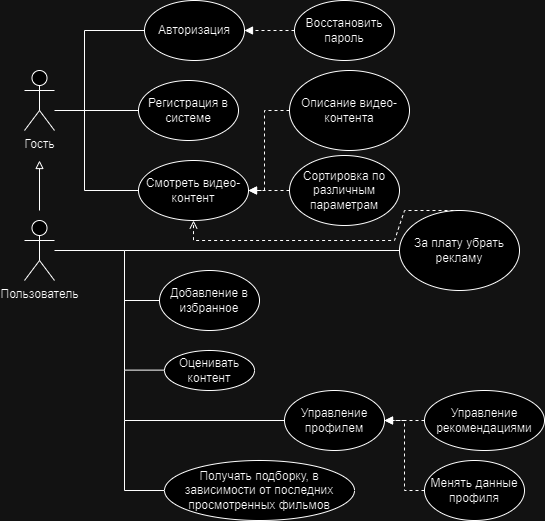
ta4ilka69/Fundamentals-of-Software-Engineering keeps this draw.io diagram as lab1/pic/schema.png. Above is the earlier version. Source tidied: cells renumbered, new cells last; positions are measured from the earlier drawing's top-left corner, leaving out a move shared by most shapes.
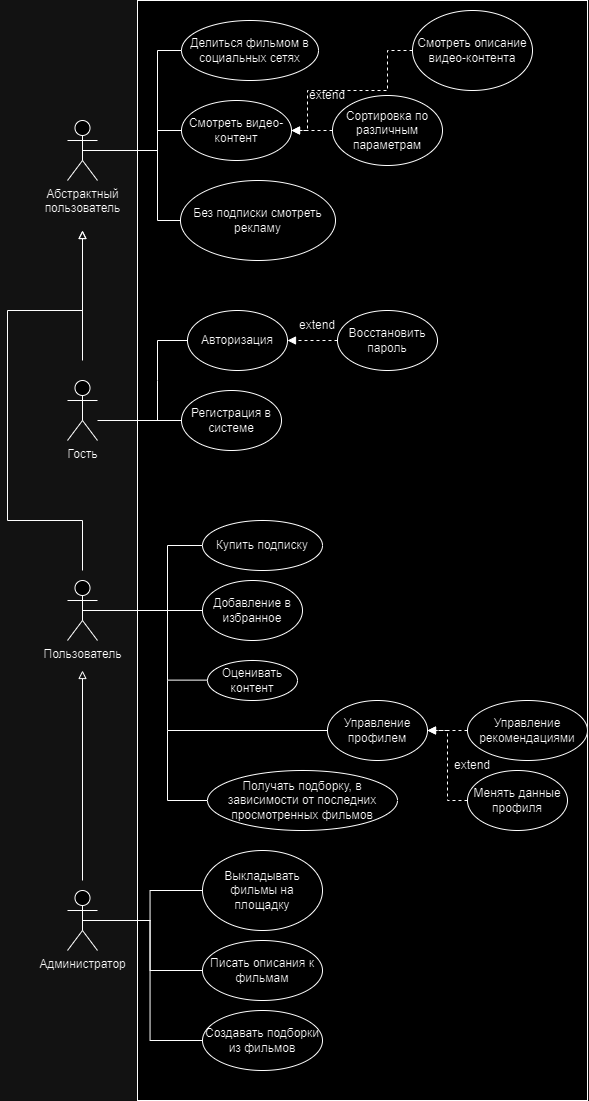
The same diagram one commit later.

What changed in the source:
```diff
@@ -2,11 +2,22 @@
   <root>
     <mxCell id="0" />
     <mxCell id="1" parent="0" />
+    <mxCell id="39" style="rounded=0;whiteSpace=wrap;html=1;" parent="1" vertex="1">
+      <mxGeometry x="70" y="-310" width="450" height="1100" as="geometry" />
+    </mxCell>
     <mxCell id="2" value="Гость" style="shape=umlActor;verticalLabelPosition=bottom;verticalAlign=top;html=1;" parent="1" vertex="1">
       <mxGeometry y="70" width="30" height="60" as="geometry" />
     </mxCell>
+    <mxCell id="40" style="edgeStyle=orthogonalEdgeStyle;rounded=0;jettySize=auto;html=1;exitX=0.5;exitY=0.5;exitDx=0;exitDy=0;exitPerimeter=0;entryX=0;entryY=0.5;entryDx=0;entryDy=0;endArrow=none;endFill=0;" parent="1" edge="1" source="3" target="55">
+      <mxGeometry relative="1" as="geometry">
+        <Array as="points">
+          <mxPoint x="100" y="300" />
+          <mxPoint x="100" y="235" />
+        </Array>
+      </mxGeometry>
+    </mxCell>
     <mxCell id="3" value="Пользователь" style="shape=umlActor;verticalLabelPosition=bottom;verticalAlign=top;html=1;outlineConnect=0;" parent="1" vertex="1">
-      <mxGeometry y="220" width="30" height="60" as="geometry" />
+      <mxGeometry y="270" width="30" height="60" as="geometry" />
     </mxCell>
     <mxCell id="4" value="Авторизация" style="ellipse;whiteSpace=wrap;html=1;" parent="1" vertex="1">
       <mxGeometry x="120" width="100" height="60" as="geometry" />
@@ -19,13 +30,13 @@
     </mxCell>
     <mxCell id="6" style="endArrow=none;html=1;rounded=0;" parent="1" edge="1">
       <mxGeometry relative="1" as="geometry">
-        <mxPoint x="100" y="250" as="sourcePoint" />
+        <mxPoint x="100" y="300" as="sourcePoint" />
         <mxPoint x="100" y="370" as="targetPoint" />
       </mxGeometry>
     </mxCell>
     <mxCell id="7" style="endArrow=none;html=1;rounded=0;" parent="1" edge="1" target="3">
       <mxGeometry relative="1" as="geometry">
-        <mxPoint x="100" y="250" as="sourcePoint" />
+        <mxPoint x="100" y="300" as="sourcePoint" />
       </mxGeometry>
     </mxCell>
     <mxCell id="8" value="Добавление в избранное" style="ellipse;whiteSpace=wrap;html=1;" parent="1" vertex="1">
@@ -44,32 +55,33 @@
         <mxPoint x="30" y="110" as="sourcePoint" />
       </mxGeometry>
     </mxCell>
-    <mxCell id="12" value="Смотреть видео-контент" style="ellipse;whiteSpace=wrap;html=1;" parent="1" vertex="1">
-      <mxGeometry x="114" y="160" width="110" height="60" as="geometry" />
-    </mxCell>
     <mxCell id="13" value="Оценивать контент" style="ellipse;whiteSpace=wrap;html=1;" parent="1" vertex="1">
       <mxGeometry x="140" y="350" width="90" height="40" as="geometry" />
     </mxCell>
     <mxCell id="14" style="endArrow=block;html=1;rounded=0;endFill=0;" parent="1" edge="1">
       <mxGeometry relative="1" as="geometry">
-        <mxPoint x="15" y="210" as="sourcePoint" />
-        <mxPoint x="15" y="160" as="targetPoint" />
+        <mxPoint x="15" y="260" as="sourcePoint" />
+        <mxPoint x="15" y="-80" as="targetPoint" />
+        <Array as="points">
+          <mxPoint x="15" y="210" />
+          <mxPoint x="-60" y="210" />
+          <mxPoint x="-60" />
+          <mxPoint x="15" />
+        </Array>
       </mxGeometry>
     </mxCell>
     <mxCell id="15" style="endArrow=none;html=1;rounded=0;" parent="1" edge="1">
       <mxGeometry relative="1" as="geometry">
-        <mxPoint x="60" y="110" as="sourcePoint" />
-        <mxPoint x="60" y="30" as="targetPoint" />
+        <mxPoint x="90" y="110" as="sourcePoint" />
+        <mxPoint x="90" y="30" as="targetPoint" />
+        <Array as="points">
+          <mxPoint x="90" y="70" />
+        </Array>
       </mxGeometry>
     </mxCell>
-    <mxCell id="16" style="endArrow=none;html=1;rounded=0;entryX=0;entryY=0.5;entryDx=0;entryDy=0;" parent="1" edge="1" target="x">
-      <mxGeometry relative="1" as="geometry">
-        <mxPoint x="60" y="30" as="sourcePoint" />
-      </mxGeometry>
-    </mxCell>
     <mxCell id="17" style="endArrow=none;html=1;rounded=0;entryX=0;entryY=0.5;entryDx=0;entryDy=0;" parent="1" edge="1" target="4">
       <mxGeometry relative="1" as="geometry">
-        <mxPoint x="60" y="30" as="sourcePoint" />
+        <mxPoint x="90" y="30" as="sourcePoint" />
       </mxGeometry>
     </mxCell>
     <mxCell id="18" value="Восстановить пароль" style="ellipse;whiteSpace=wrap;html=1;" parent="1" vertex="1">
@@ -80,23 +92,6 @@
         <mxPoint x="270" y="30" as="sourcePoint" />
       </mxGeometry>
     </mxCell>
-    <mxCell id="20" style="endArrow=none;html=1;rounded=0;" parent="1" edge="1">
-      <mxGeometry relative="1" as="geometry">
-        <mxPoint x="60" y="190" as="sourcePoint" />
-        <mxPoint x="60" y="110" as="targetPoint" />
-      </mxGeometry>
-    </mxCell>
-    <mxCell id="21" style="endArrow=none;html=1;rounded=0;entryX=0;entryY=0.5;entryDx=0;entryDy=0;" parent="1" edge="1" target="12">
-      <mxGeometry relative="1" as="geometry">
-        <mxPoint x="60" y="190" as="sourcePoint" />
-      </mxGeometry>
-    </mxCell>
-    <mxCell id="22" value="Сортировка по различным параметрам" style="ellipse;whiteSpace=wrap;html=1;" parent="1" vertex="1">
-      <mxGeometry x="265" y="155" width="110" height="70" as="geometry" />
-    </mxCell>
-    <mxCell id="23" style="endArrow=block;html=1;rounded=0;entryX=1;entryY=0.5;entryDx=0;entryDy=0;endFill=1;dashed=1;exitX=0;exitY=0.5;exitDx=0;exitDy=0;" parent="1" edge="1" source="22" target="12">
-      <mxGeometry relative="1" as="geometry" />
-    </mxCell>
     <mxCell id="24" style="endArrow=none;html=1;rounded=0;" parent="1" edge="1">
       <mxGeometry relative="1" as="geometry">
         <mxPoint x="100" y="420" as="sourcePoint" />
@@ -123,23 +118,6 @@
         </Array>
       </mxGeometry>
     </mxCell>
-    <mxCell id="30" value="За плату убрать рекламу" style="ellipse;whiteSpace=wrap;html=1;" parent="1" vertex="1">
-      <mxGeometry x="375" y="210" width="120" height="80" as="geometry" />
-    </mxCell>
-    <mxCell id="31" style="endArrow=none;html=1;rounded=0;entryX=0;entryY=0.5;entryDx=0;entryDy=0;" parent="1" edge="1" target="30">
-      <mxGeometry relative="1" as="geometry">
-        <mxPoint x="100" y="250" as="sourcePoint" />
-      </mxGeometry>
-    </mxCell>
-    <mxCell id="32" style="endArrow=open;html=1;rounded=0;entryX=0.5;entryY=1;entryDx=0;entryDy=0;endFill=0;dashed=1;exitX=0.5;exitY=0;exitDx=0;exitDy=0;" parent="1" edge="1" source="30" target="12">
-      <mxGeometry relative="1" as="geometry">
-        <Array as="points">
-          <mxPoint x="380" y="210" />
-          <mxPoint x="370" y="240" />
-          <mxPoint x="169" y="240" />
-        </Array>
-      </mxGeometry>
-    </mxCell>
     <mxCell id="33" style="endArrow=none;html=1;rounded=0;" parent="1" edge="1">
       <mxGeometry relative="1" as="geometry">
         <mxPoint x="100" y="420" as="sourcePoint" />
@@ -160,16 +138,105 @@
         <mxPoint x="100" y="490" as="targetPoint" />
       </mxGeometry>
     </mxCell>
-    <mxCell id="37" value="Описание видео-контента" style="ellipse;whiteSpace=wrap;html=1;" parent="1" vertex="1">
-      <mxGeometry x="265" y="70" width="120" height="80" as="geometry" />
-    </mxCell>
-    <mxCell id="38" style="endArrow=block;html=1;rounded=0;entryX=1;entryY=0.5;entryDx=0;entryDy=0;endFill=1;dashed=1;exitX=0;exitY=0.5;exitDx=0;exitDy=0;" parent="1" edge="1" source="37" target="12">
-      <mxGeometry relative="1" as="geometry">
-        <Array as="points">
-          <mxPoint x="240" y="110" />
-          <mxPoint x="240" y="190" />
-        </Array>
-      </mxGeometry>
-    </mxCell>
+    <mxCell id="41" style="edgeStyle=orthogonalEdgeStyle;rounded=0;jettySize=auto;html=1;exitX=0.5;exitY=0.5;exitDx=0;exitDy=0;exitPerimeter=0;entryX=0;entryY=0.5;entryDx=0;entryDy=0;strokeColor=default;endArrow=none;endFill=0;" parent="1" edge="1" source="44" target="45">
+      <mxGeometry relative="1" as="geometry" />
+    </mxCell>
+    <mxCell id="42" style="edgeStyle=orthogonalEdgeStyle;rounded=0;jettySize=auto;html=1;exitX=0.5;exitY=0.5;exitDx=0;exitDy=0;exitPerimeter=0;entryX=0;entryY=0.5;entryDx=0;entryDy=0;endArrow=none;endFill=0;" parent="1" edge="1" source="44" target="46">
+      <mxGeometry relative="1" as="geometry" />
+    </mxCell>
+    <mxCell id="43" style="edgeStyle=orthogonalEdgeStyle;rounded=0;jettySize=auto;html=1;exitX=0.5;exitY=0.5;exitDx=0;exitDy=0;exitPerimeter=0;entryX=0;entryY=0.5;entryDx=0;entryDy=0;endArrow=none;endFill=0;" parent="1" edge="1" source="44" target="47">
+      <mxGeometry relative="1" as="geometry" />
+    </mxCell>
+    <mxCell id="44" value="Администратор" style="shape=umlActor;verticalLabelPosition=bottom;verticalAlign=top;html=1;outlineConnect=0;" parent="1" vertex="1">
+      <mxGeometry y="580" width="30" height="60" as="geometry" />
+    </mxCell>
+    <mxCell id="45" value="Выкладывать фильмы на площадку" style="ellipse;whiteSpace=wrap;html=1;" parent="1" vertex="1">
+      <mxGeometry x="135" y="540" width="120" height="80" as="geometry" />
+    </mxCell>
+    <mxCell id="46" value="Писать описания к фильмам" style="ellipse;whiteSpace=wrap;html=1;" parent="1" vertex="1">
+      <mxGeometry x="135" y="630" width="120" height="60" as="geometry" />
+    </mxCell>
+    <mxCell id="47" value="Создавать подборки из фильмов" style="ellipse;whiteSpace=wrap;html=1;" parent="1" vertex="1">
+      <mxGeometry x="135" y="700" width="120" height="60" as="geometry" />
+    </mxCell>
+    <mxCell id="48" style="endArrow=block;html=1;rounded=0;endFill=0;" parent="1" edge="1">
+      <mxGeometry relative="1" as="geometry">
+        <mxPoint x="15" y="570" as="sourcePoint" />
+        <mxPoint x="15" y="360" as="targetPoint" />
+      </mxGeometry>
+    </mxCell>
+    <mxCell id="49" style="edgeStyle=orthogonalEdgeStyle;rounded=0;jettySize=auto;html=1;exitX=0.5;exitY=0.5;exitDx=0;exitDy=0;exitPerimeter=0;entryX=0;entryY=0.5;entryDx=0;entryDy=0;endArrow=none;endFill=0;" parent="1" edge="1" source="52" target="12">
+      <mxGeometry relative="1" as="geometry">
+        <Array as="points">
+          <mxPoint x="90" y="-160" />
+          <mxPoint x="90" y="-180" />
+        </Array>
+      </mxGeometry>
+    </mxCell>
+    <mxCell id="50" style="edgeStyle=orthogonalEdgeStyle;rounded=0;jettySize=auto;html=1;exitX=0.5;exitY=0.5;exitDx=0;exitDy=0;exitPerimeter=0;entryX=0;entryY=0.5;entryDx=0;entryDy=0;endArrow=none;endFill=0;" parent="1" edge="1" source="52" target="59">
+      <mxGeometry relative="1" as="geometry">
+        <Array as="points">
+          <mxPoint x="90" y="-160" />
+          <mxPoint x="90" y="-90" />
+        </Array>
+      </mxGeometry>
+    </mxCell>
+    <mxCell id="51" style="edgeStyle=orthogonalEdgeStyle;rounded=0;jettySize=auto;html=1;exitX=0.5;exitY=0.5;exitDx=0;exitDy=0;exitPerimeter=0;entryX=0;entryY=0.5;entryDx=0;entryDy=0;endArrow=none;endFill=0;" parent="1" edge="1" source="52" target="61">
+      <mxGeometry relative="1" as="geometry">
+        <Array as="points">
+          <mxPoint x="90" y="-160" />
+          <mxPoint x="90" y="-260" />
+        </Array>
+      </mxGeometry>
+    </mxCell>
+    <mxCell id="52" value="Абстрактный&lt;div&gt;пользователь&lt;/div&gt;" style="shape=umlActor;verticalLabelPosition=bottom;verticalAlign=top;html=1;outlineConnect=0;" parent="1" vertex="1">
+      <mxGeometry y="-190" width="30" height="60" as="geometry" />
+    </mxCell>
+    <mxCell id="12" value="Смотреть видео-контент" style="ellipse;whiteSpace=wrap;html=1;" parent="1" vertex="1">
+      <mxGeometry x="114" y="-210" width="110" height="60" as="geometry" />
+    </mxCell>
+    <mxCell id="22" value="Сортировка по различным параметрам" style="ellipse;whiteSpace=wrap;html=1;" parent="1" vertex="1">
+      <mxGeometry x="265" y="-215" width="110" height="70" as="geometry" />
+    </mxCell>
+    <mxCell id="23" style="endArrow=block;html=1;rounded=0;entryX=1;entryY=0.5;entryDx=0;entryDy=0;endFill=1;dashed=1;exitX=0;exitY=0.5;exitDx=0;exitDy=0;" parent="1" edge="1" source="22" target="12">
+      <mxGeometry relative="1" as="geometry" />
+    </mxCell>
+    <mxCell id="53" value="Смотреть описание видео-контента" style="ellipse;whiteSpace=wrap;html=1;" parent="1" vertex="1">
+      <mxGeometry x="345" y="-300" width="120" height="80" as="geometry" />
+    </mxCell>
+    <mxCell id="54" style="endArrow=block;html=1;rounded=0;entryX=1;entryY=0.5;entryDx=0;entryDy=0;endFill=1;dashed=1;exitX=0;exitY=0.5;exitDx=0;exitDy=0;" parent="1" edge="1" source="53" target="12">
+      <mxGeometry relative="1" as="geometry">
+        <Array as="points">
+          <mxPoint x="320" y="-260" />
+          <mxPoint x="320" y="-220" />
+          <mxPoint x="240" y="-220" />
+          <mxPoint x="240" y="-180" />
+        </Array>
+      </mxGeometry>
+    </mxCell>
+    <mxCell id="55" value="Купить подписку" style="ellipse;whiteSpace=wrap;html=1;" parent="1" vertex="1">
+      <mxGeometry x="135" y="210" width="120" height="50" as="geometry" />
+    </mxCell>
+    <mxCell id="56" value="extend" style="text;html=1;align=center;verticalAlign=middle;whiteSpace=wrap;rounded=0;" parent="1" vertex="1">
+      <mxGeometry x="375" y="440" width="60" height="30" as="geometry" />
+    </mxCell>
+    <mxCell id="57" value="extend" style="text;html=1;align=center;verticalAlign=middle;whiteSpace=wrap;rounded=0;" parent="1" vertex="1">
+      <mxGeometry x="220" width="60" height="30" as="geometry" />
+    </mxCell>
+    <mxCell id="58" value="extend" style="text;html=1;align=center;verticalAlign=middle;whiteSpace=wrap;rounded=0;" parent="1" vertex="1">
+      <mxGeometry x="230" y="-230" width="60" height="30" as="geometry" />
+    </mxCell>
+    <mxCell id="59" value="Без подписки смотреть рекламу" style="ellipse;whiteSpace=wrap;html=1;" parent="1" vertex="1">
+      <mxGeometry x="113" y="-130" width="155" height="80" as="geometry" />
+    </mxCell>
+    <mxCell id="60" style="endArrow=block;html=1;rounded=0;endFill=0;" parent="1" edge="1">
+      <mxGeometry relative="1" as="geometry">
+        <mxPoint x="15" y="50" as="sourcePoint" />
+        <mxPoint x="15" y="-80" as="targetPoint" />
+      </mxGeometry>
+    </mxCell>
+    <mxCell id="61" value="Делиться фильмом в социальных сетях" style="ellipse;whiteSpace=wrap;html=1;" parent="1" vertex="1">
+      <mxGeometry x="114" y="-290" width="137" height="60" as="geometry" />
+    </mxCell>
   </root>
 </mxGraphModel>
```
